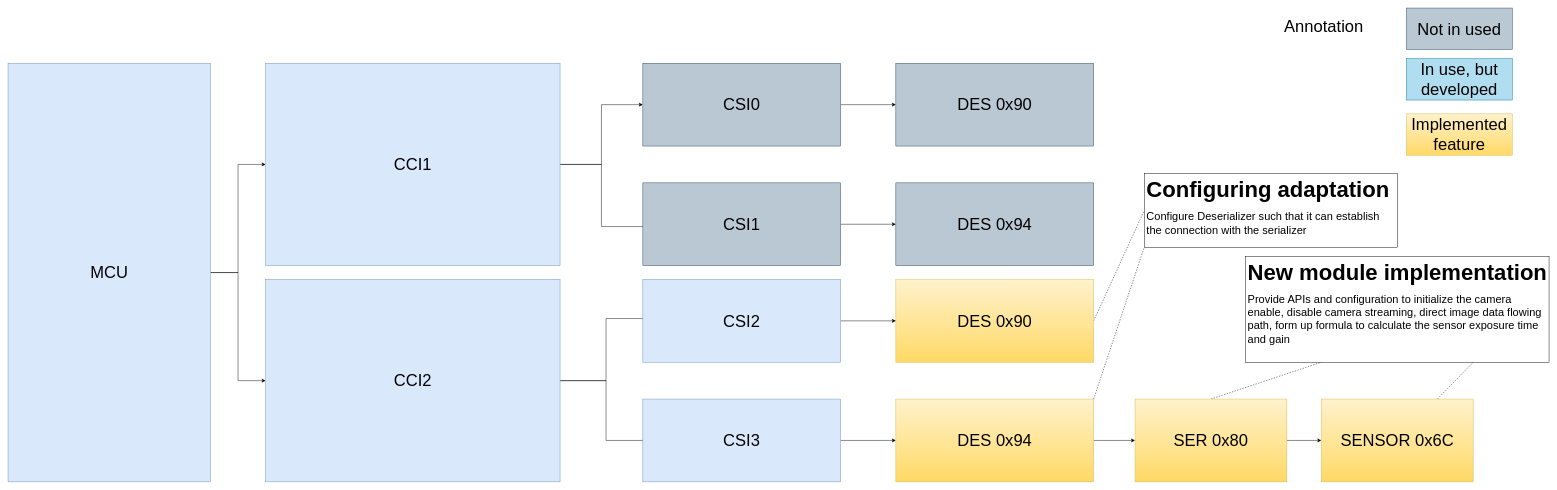
Before: page "I2C Comm" (1 of 2) of Presentation/Integrate_5MP_RGBIr_CHPC.drawio in truonggiangtran/JobSearch, a draw.io diagram. Source tidied: cells renumbered, new cells numbered last; positions are measured from the earlier drawing's top-left corner, leaving out a move shared by most shapes. Both pictures are drawn from the tidied source at 46%, with x=0, y=0 at pixel (8, 8).
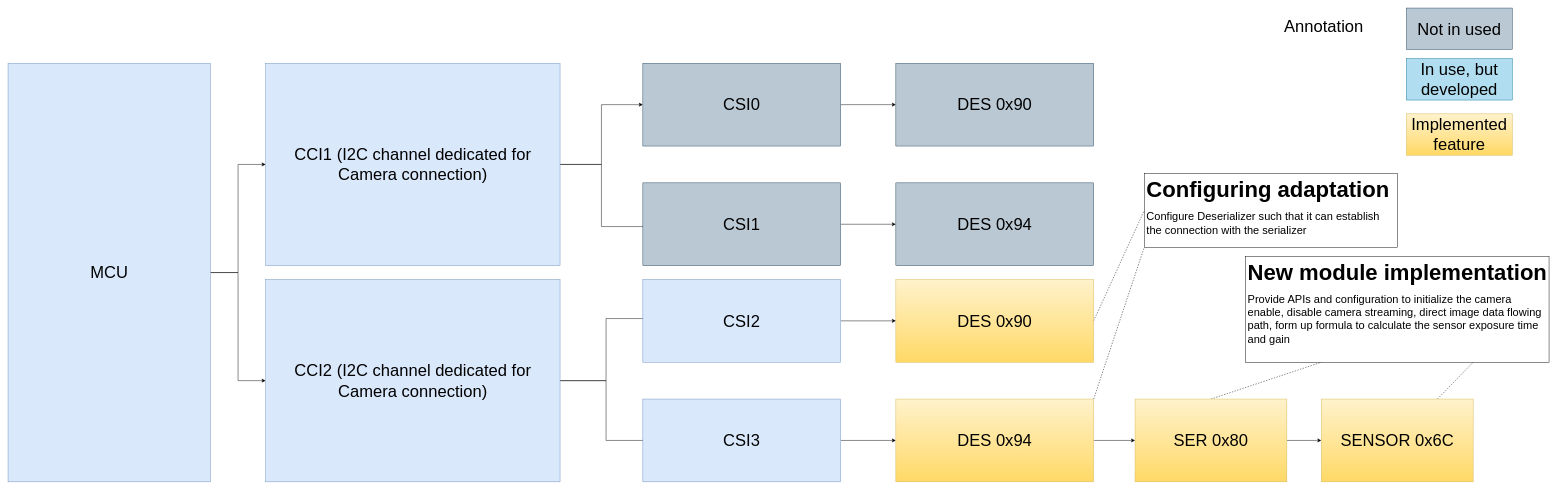
The same diagram, later.

Commit message (it also covers changes not shown here):
Update 5MP camera project with overall development picture

The edit, as a diff of the source:
```diff
@@
-    <mxCell id="7" value="&lt;font style=&quot;font-size: 36px;&quot;&gt;CCI1&lt;/font&gt;" style="rounded=0;whiteSpace=wrap;html=1;fillColor=#dae8fc;strokeColor=#6c8ebf;" parent="1" vertex="1">
+    <mxCell id="7" value="&lt;font style=&quot;font-size: 36px;&quot;&gt;&lt;font style=&quot;&quot;&gt;CCI1&amp;nbsp;&lt;/font&gt;(I2C channel dedicated for Camera connection)&lt;/font&gt;" style="rounded=0;whiteSpace=wrap;html=1;fillColor=#dae8fc;strokeColor=#6c8ebf;" parent="1" vertex="1">
       <mxGeometry x="560" y="120" width="640" height="440" as="geometry" />
     </mxCell>
@@
-    <mxCell id="10" value="&lt;font style=&quot;font-size: 36px;&quot;&gt;CCI2&lt;/font&gt;" style="rounded=0;whiteSpace=wrap;html=1;fillColor=#dae8fc;strokeColor=#6c8ebf;" parent="1" vertex="1">
+    <mxCell id="10" value="&lt;font style=&quot;font-size: 36px;&quot;&gt;&lt;font style=&quot;&quot;&gt;CCI2&amp;nbsp;&lt;/font&gt;(I2C channel dedicated for Camera connection)&lt;/font&gt;" style="rounded=0;whiteSpace=wrap;html=1;fillColor=#dae8fc;strokeColor=#6c8ebf;" parent="1" vertex="1">
       <mxGeometry x="560" y="590" width="640" height="440" as="geometry" />
     </mxCell>
```
